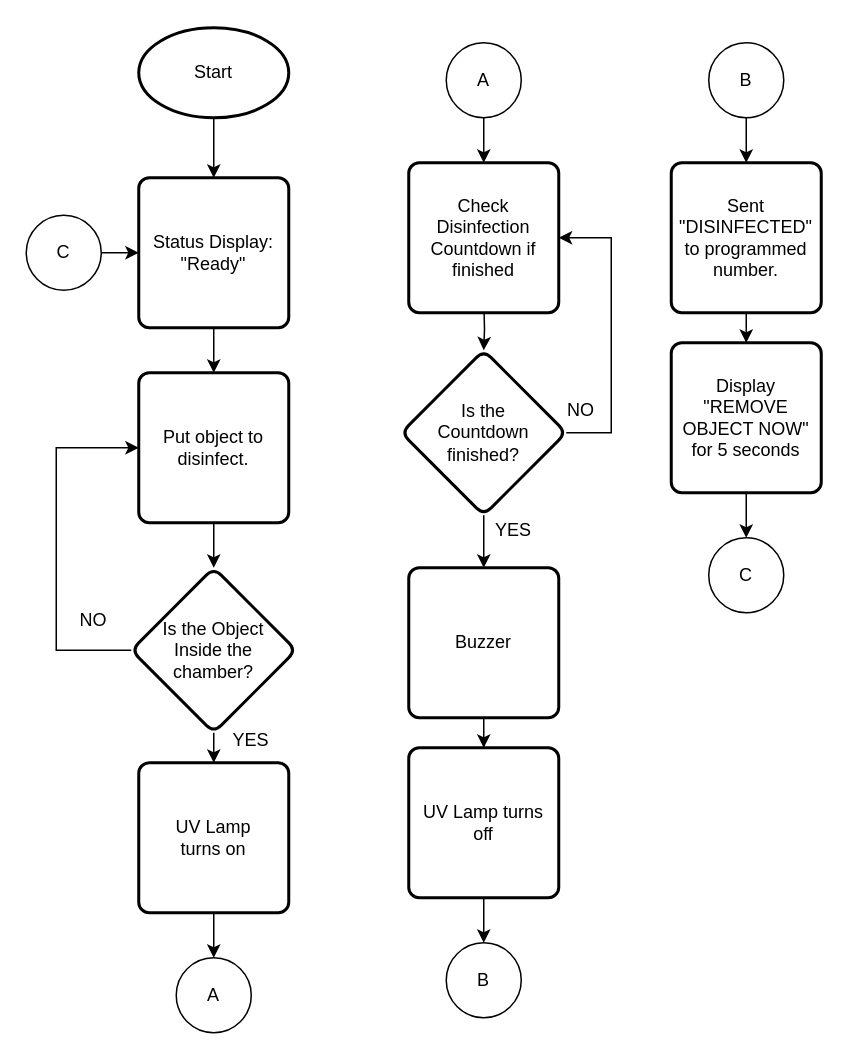
Earlier version of the draw.io diagram March 3, 2022/Flowcharts/flowchart.drawio (MMSaralde/Computer-Engineering-Practice-and-Design-2). Source tidied: cells renumbered, new cells numbered last; positions are measured from the earlier drawing's top-left corner, leaving out a move shared by most shapes. Both pictures are drawn from the tidied source at 150%, with x=0, y=0 at pixel (26, 27).
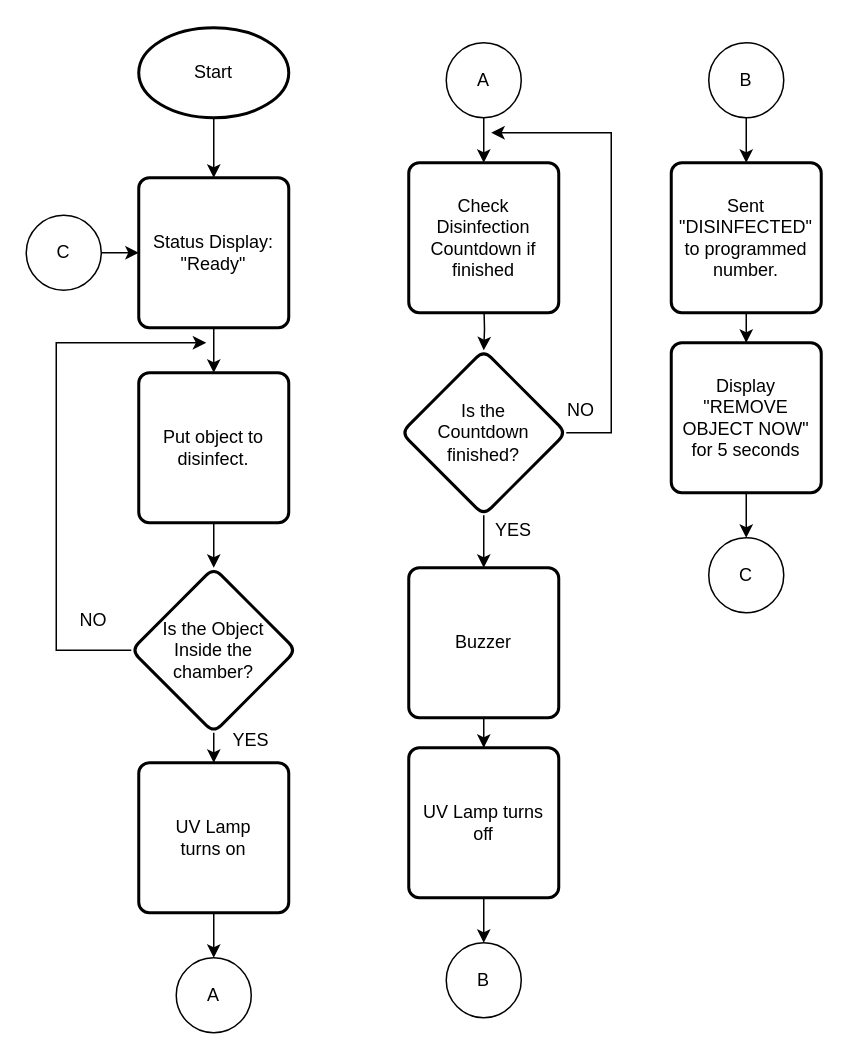
After the change.

Unchanged cells that the change refers to:
```xml
<mxCell id="6" value="Is the Object&lt;br&gt;Inside the chamber?" style="rhombus;whiteSpace=wrap;html=1;rounded=1;arcSize=14;strokeWidth=2;" parent="1" vertex="1">
  <mxGeometry x="70" y="360" width="110" height="110" as="geometry" />
</mxCell>
<mxCell id="12" value="Put object to disinfect." style="rounded=1;whiteSpace=wrap;html=1;absoluteArcSize=1;arcSize=14;strokeWidth=2;" parent="1" vertex="1">
  <mxGeometry x="75" y="230" width="100" height="100" as="geometry" />
</mxCell>
<mxCell id="19" value="Check Disinfection Countdown if finished" style="rounded=1;whiteSpace=wrap;html=1;absoluteArcSize=1;arcSize=14;strokeWidth=2;" parent="1" vertex="1">
  <mxGeometry x="255" y="90" width="100" height="100" as="geometry" />
</mxCell>
<mxCell id="22" value="Is the&lt;br&gt;Countdown finished?" style="rhombus;whiteSpace=wrap;html=1;rounded=1;arcSize=14;strokeWidth=2;" parent="1" vertex="1">
  <mxGeometry x="250" y="215" width="110" height="110" as="geometry" />
</mxCell>
```

Change to the diagram source:
```diff
@@
-    <mxCell id="5" style="edgeStyle=orthogonalEdgeStyle;rounded=0;jettySize=auto;html=1;exitX=0;exitY=0.5;exitDx=0;exitDy=0;entryX=0;entryY=0.5;entryDx=0;entryDy=0;" parent="1" edge="1" source="6" target="12">
+    <mxCell id="5" style="edgeStyle=orthogonalEdgeStyle;rounded=0;jettySize=auto;html=1;exitX=0;exitY=0.5;exitDx=0;exitDy=0;" parent="1" edge="1" source="6">
       <mxGeometry relative="1" as="geometry">
+        <mxPoint x="120" y="210" as="targetPoint" />
         <Array as="points">
           <mxPoint x="20" y="415" />
-          <mxPoint x="20" y="280" />
+          <mxPoint x="20" y="210" />
         </Array>
       </mxGeometry>
     </mxCell>
@@
-    <mxCell id="21" style="edgeStyle=orthogonalEdgeStyle;rounded=0;jettySize=auto;html=1;exitX=1;exitY=0.5;exitDx=0;exitDy=0;entryX=1;entryY=0.5;entryDx=0;entryDy=0;" parent="1" edge="1" source="22" target="19">
+    <mxCell id="21" style="edgeStyle=orthogonalEdgeStyle;rounded=0;jettySize=auto;html=1;exitX=1;exitY=0.5;exitDx=0;exitDy=0;" parent="1" edge="1" source="22">
       <mxGeometry relative="1" as="geometry">
+        <mxPoint x="310" y="70" as="targetPoint" />
         <Array as="points">
           <mxPoint x="390" y="270" />
-          <mxPoint x="390" y="140" />
+          <mxPoint x="390" y="70" />
         </Array>
       </mxGeometry>
     </mxCell>
```
